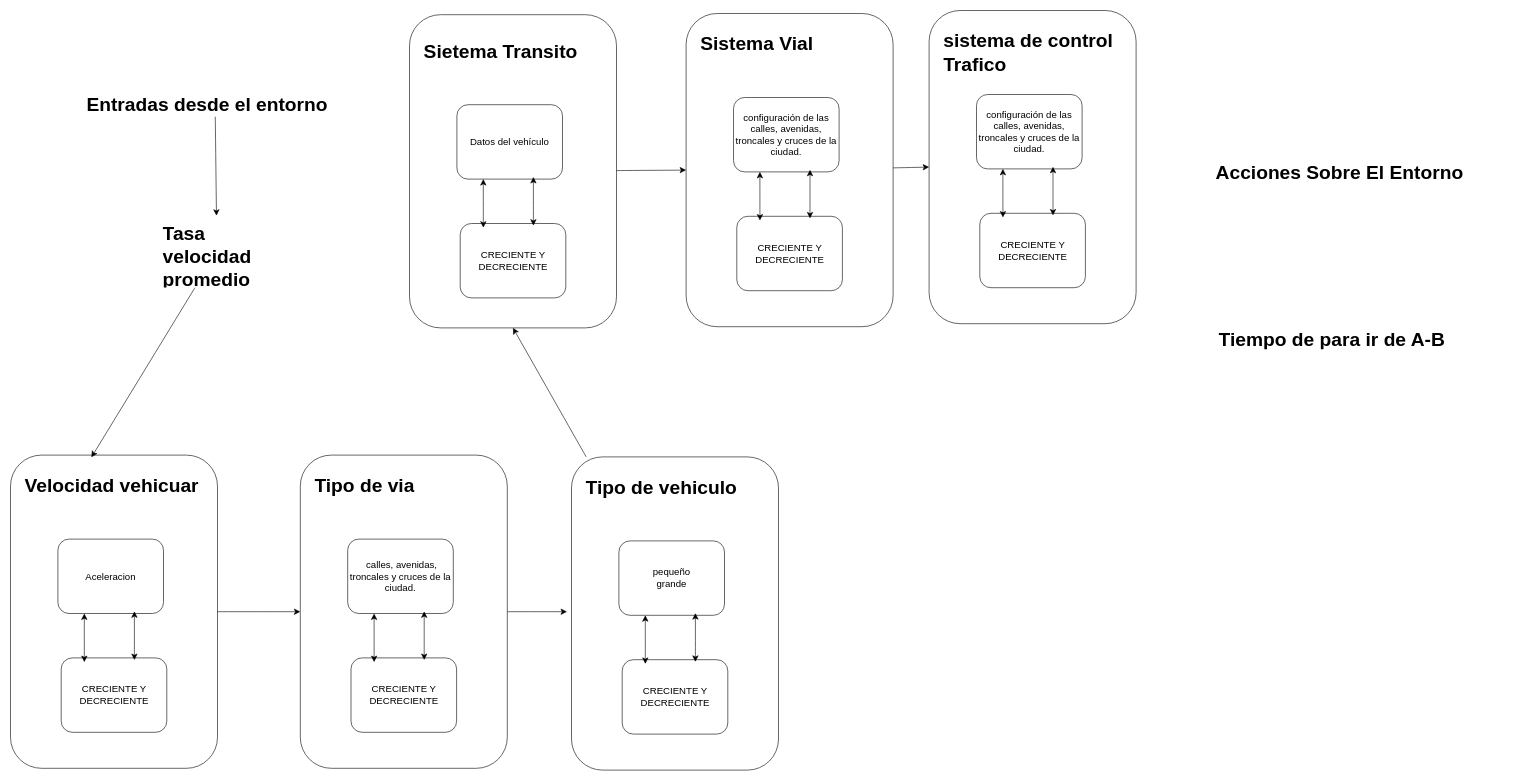
This is Q4.drawio from EstebanGitPro/AdminFinanazas, a draw.io file, before an edit. Source tidied: cells renumbered, new cells numbered last; positions are measured from the earlier drawing's top-left corner, leaving out a move shared by most shapes. Both pictures are drawn from the tidied source at 60%, with x=0, y=0 at pixel (10, 10).
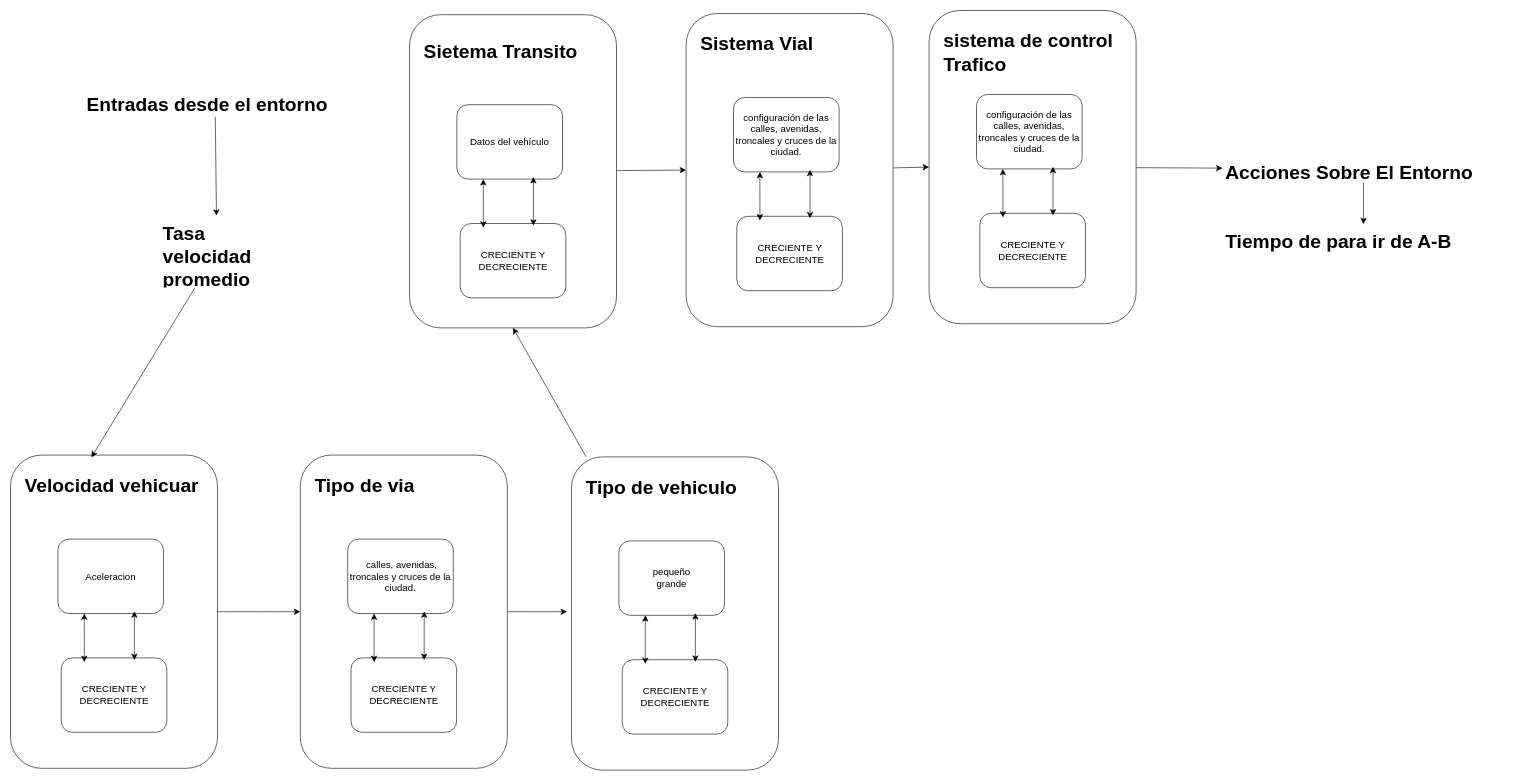
The same page after the edit.

The change refers to these unchanged cells:
```xml
<mxCell id="17" style="rounded=1;whiteSpace=wrap;html=1;fontSize=16;" parent="16" vertex="1">
  <mxGeometry width="345" height="522" as="geometry" />
</mxCell>
```

The edit, as a diff of the source:
```diff
@@
+    <mxCell id="55" style="edgeStyle=none;curved=1;rounded=0;jettySize=auto;html=1;entryX=0.5;entryY=0;entryDx=0;entryDy=0;fontSize=12;startSize=8;endSize=8;" parent="1" edge="1" source="48" target="49">
+      <mxGeometry relative="1" as="geometry" />
+    </mxCell>
     <mxCell id="48" value="&lt;h1&gt;Acciones Sobre El Entorno&lt;/h1&gt;" style="text;html=1;strokeColor=none;fillColor=none;spacing=5;spacingTop=-20;whiteSpace=wrap;overflow=hidden;rounded=0;fontSize=16;" parent="1" vertex="1">
-      <mxGeometry x="2004" y="241" width="470" height="46" as="geometry" />
+      <mxGeometry x="2020" y="241" width="470" height="46" as="geometry" />
     </mxCell>
     <mxCell id="49" value="&lt;h1&gt;Tiempo de para ir de A-B&lt;/h1&gt;" style="text;html=1;strokeColor=none;fillColor=none;spacing=5;spacingTop=-20;whiteSpace=wrap;overflow=hidden;rounded=0;fontSize=16;" parent="1" vertex="1">
-      <mxGeometry x="2009" y="519" width="470" height="46" as="geometry" />
+      <mxGeometry x="2020" y="356" width="470" height="46" as="geometry" />
     </mxCell>
@@
+    <mxCell id="56" style="edgeStyle=none;curved=1;rounded=0;jettySize=auto;html=1;fontSize=12;startSize=8;endSize=8;" parent="1" edge="1" source="17" target="48">
+      <mxGeometry relative="1" as="geometry" />
+    </mxCell>
+    <mxCell id="57" style="edgeStyle=none;curved=1;rounded=0;orthogonalLoop=1;jettySize=auto;html=1;exitX=0.5;exitY=1;exitDx=0;exitDy=0;fontSize=12;startSize=8;endSize=8;" parent="1" edge="1" source="48" target="48">
+      <mxGeometry relative="1" as="geometry" />
+    </mxCell>
```
